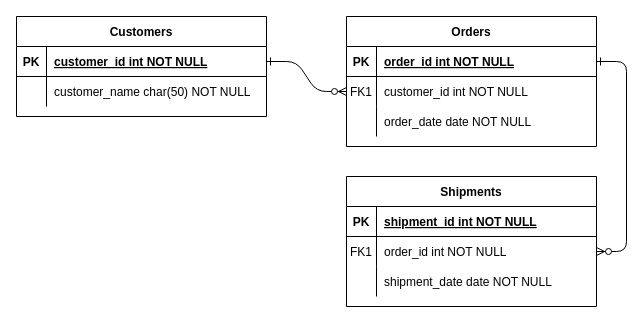
The draw.io diagram Diagrama sin título.drawio in EmanuelRigo/pre-entrega-1-sql-coderhouse, before the edit. Source tidied: cells renumbered, new cells numbered last; positions are measured from the earlier drawing's top-left corner, leaving out a move shared by most shapes. Both pictures are drawn from the tidied source at 100%, with x=0, y=0 at pixel (16, 16).
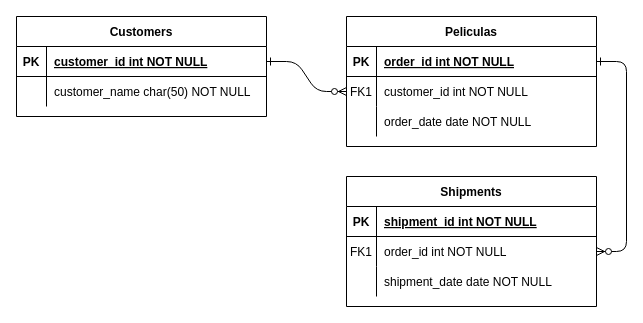
Above is the later version.

The edit, as a diff of the source:
```diff
@@
-    <mxCell id="4" value="Orders" style="shape=table;startSize=30;childLayout=tableLayout;rowLines=0;fontStyle=1;align=center;" parent="1" vertex="1">
+    <mxCell id="4" value="Peliculas" style="shape=table;startSize=30;childLayout=tableLayout;rowLines=0;fontStyle=1;align=center;" parent="1" vertex="1">
       <mxGeometry x="330" width="250" height="130" as="geometry" />
     </mxCell>
```
